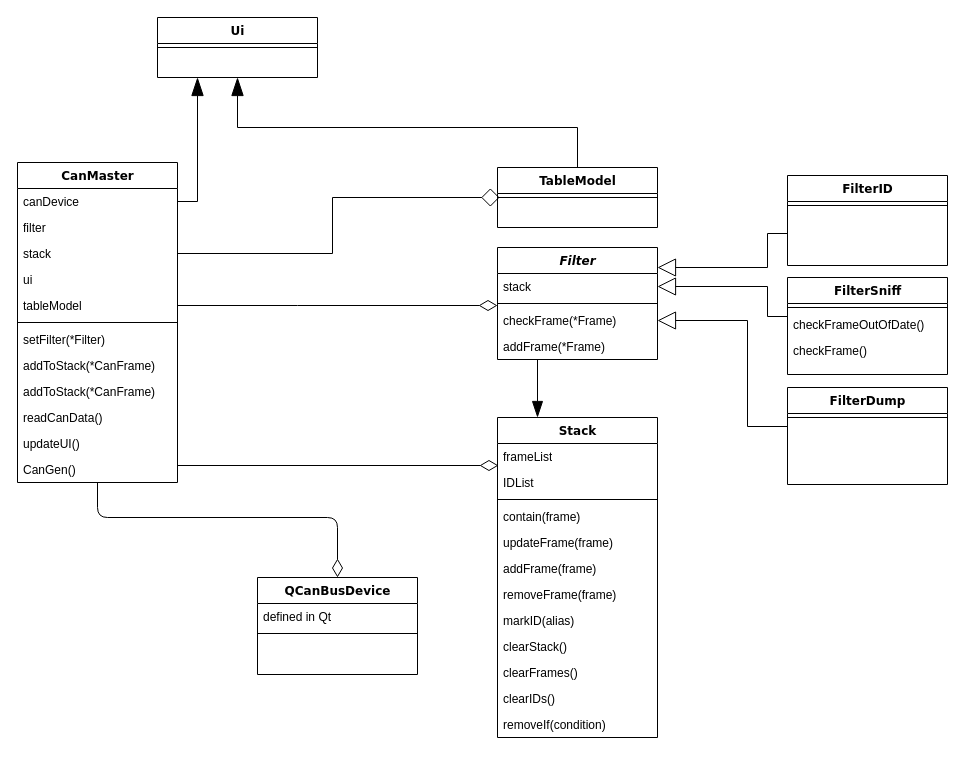
Earlier version of the draw.io diagram diagrams/Class Diagram.drawio (root-93/CAN-Master). Source tidied: cells renumbered, new cells numbered last; positions are measured from the earlier drawing's top-left corner, leaving out a move shared by most shapes. Both pictures are drawn from the tidied source at 100%, with x=0, y=0 at pixel (17, 17).
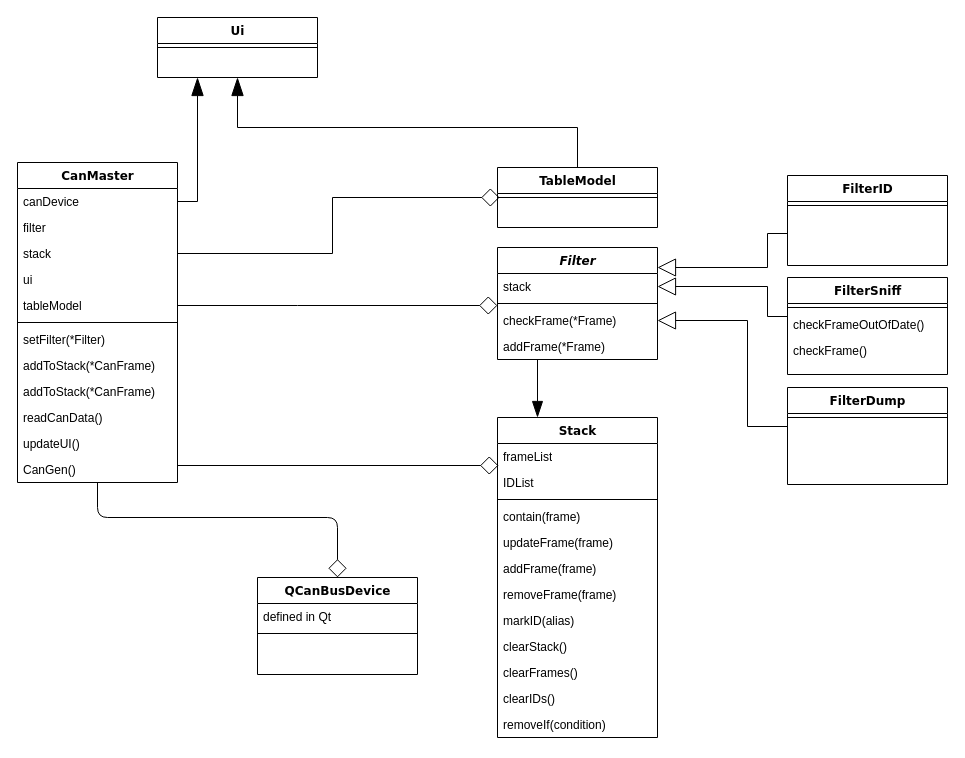
The same page after the edit.

Unchanged cells that the change refers to:
```xml
<mxCell id="2" value="CanMaster" style="swimlane;html=1;fontStyle=1;align=center;verticalAlign=top;horizontal=1;startSize=26;swimlaneFillColor=#ffffff;rounded=0;shadow=0;comic=0;labelBackgroundColor=none;strokeWidth=1;fillColor=none;fontFamily=Verdana;fontSize=12;" parent="1" vertex="1">
  <mxGeometry y="145" width="160" height="320" as="geometry" />
</mxCell>
<mxCell id="14" value="CanGen()" style="text;html=1;strokeColor=none;fillColor=none;align=left;verticalAlign=top;spacingLeft=4;spacingRight=4;whiteSpace=wrap;overflow=hidden;points=[[0,0.5],[1,0.5]];portConstraint=eastwest;" parent="2" vertex="1">
  <mxGeometry y="294" width="160" height="26" as="geometry" />
</mxCell>
<mxCell id="15" value="QCanBusDevice" style="swimlane;html=1;fontStyle=1;align=center;verticalAlign=top;horizontal=1;startSize=26;swimlaneFillColor=#ffffff;rounded=0;shadow=0;comic=0;labelBackgroundColor=none;strokeWidth=1;fillColor=none;fontFamily=Verdana;fontSize=12;" parent="1" vertex="1">
  <mxGeometry x="240" y="560" width="160" height="97" as="geometry" />
</mxCell>
<mxCell id="22" style="line;html=1;strokeWidth=1;fillColor=none;align=left;verticalAlign=middle;spacingTop=-1;spacingLeft=3;spacingRight=3;labelPosition=right;points=[];portConstraint=eastwest;" parent="20" vertex="1">
  <mxGeometry y="52" width="160" height="8" as="geometry" />
</mxCell>
<mxCell id="28" value="IDList" style="text;html=1;strokeColor=none;fillColor=none;align=left;verticalAlign=top;spacingLeft=4;spacingRight=4;whiteSpace=wrap;overflow=hidden;points=[[0,0.5],[1,0.5]];portConstraint=eastwest;" parent="26" vertex="1">
  <mxGeometry y="52" width="160" height="26" as="geometry" />
</mxCell>
```

Diff of the diagram source:
```diff
@@
-    <mxCell id="18" style="edgeStyle=orthogonalEdgeStyle;html=1;labelBackgroundColor=none;startFill=0;startSize=8;endArrow=diamondThin;endFill=0;endSize=16;fontFamily=Verdana;fontSize=12;" parent="1" edge="1" source="2" target="15">
+    <mxCell id="18" style="edgeStyle=orthogonalEdgeStyle;html=1;labelBackgroundColor=none;startFill=0;startSize=8;endArrow=diamond;endFill=0;endSize=16;fontFamily=Verdana;fontSize=12;" parent="1" edge="1" source="2" target="15">
       <mxGeometry relative="1" as="geometry">
         <Array as="points">
           <mxPoint x="80" y="500" />
           <mxPoint x="320" y="500" />
         </Array>
       </mxGeometry>
     </mxCell>
@@
-    <mxCell id="25" style="edgeStyle=orthogonalEdgeStyle;rounded=0;jettySize=auto;html=1;entryX=0;entryY=0.75;entryDx=0;entryDy=0;entryPerimeter=0;endArrow=diamondThin;endFill=0;endSize=16;startSize=8;" parent="1" edge="1" target="22">
+    <mxCell id="25" style="edgeStyle=orthogonalEdgeStyle;rounded=0;jettySize=auto;html=1;entryX=0;entryY=0.75;entryDx=0;entryDy=0;entryPerimeter=0;endArrow=diamond;endFill=0;endSize=16;startSize=8;" parent="1" edge="1" target="22">
       <mxGeometry relative="1" as="geometry">
         <mxPoint x="160" y="288" as="sourcePoint" />
         <Array as="points">
           <mxPoint x="280" y="288" />
           <mxPoint x="280" y="288" />
         </Array>
       </mxGeometry>
     </mxCell>
@@
-    <mxCell id="39" style="edgeStyle=orthogonalEdgeStyle;rounded=0;jettySize=auto;html=1;exitX=1;exitY=0.5;exitDx=0;exitDy=0;entryX=0.006;entryY=-0.154;entryDx=0;entryDy=0;entryPerimeter=0;startSize=8;endArrow=diamondThin;endFill=0;endSize=16;" parent="1" edge="1" source="14" target="28">
+    <mxCell id="39" style="edgeStyle=orthogonalEdgeStyle;rounded=0;jettySize=auto;html=1;exitX=1;exitY=0.5;exitDx=0;exitDy=0;entryX=0.006;entryY=-0.154;entryDx=0;entryDy=0;entryPerimeter=0;startSize=8;endArrow=diamond;endFill=0;endSize=16;" parent="1" edge="1" source="14" target="28">
       <mxGeometry relative="1" as="geometry">
         <Array as="points">
           <mxPoint x="160" y="448" />
         </Array>
       </mxGeometry>
     </mxCell>
```
